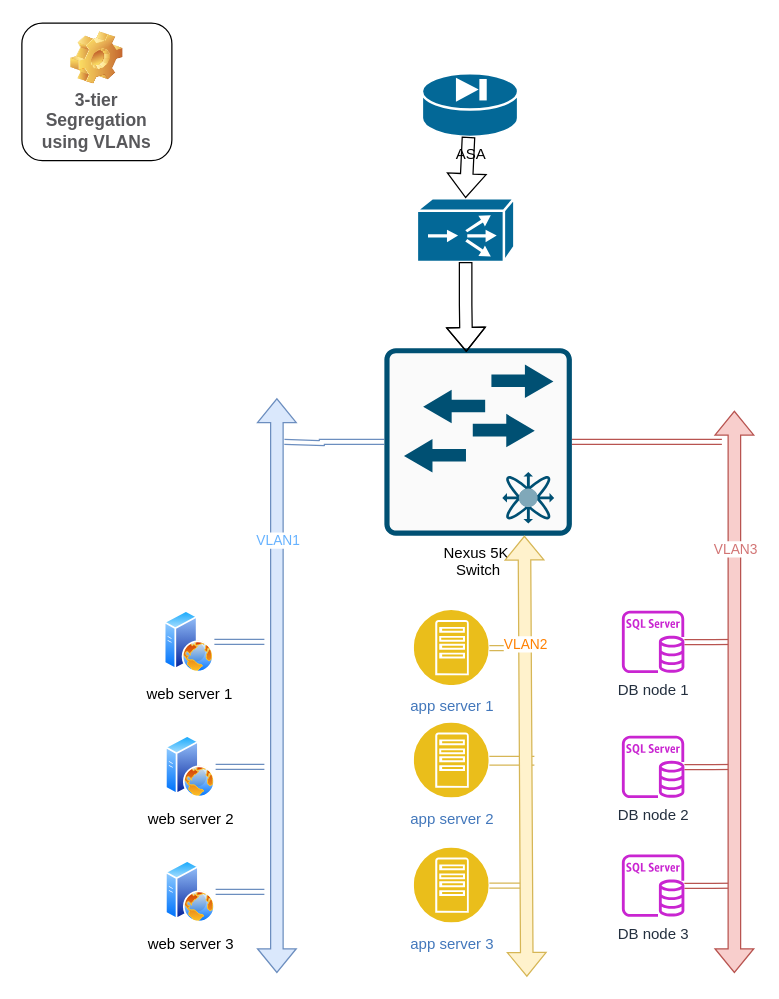
wbxsxu168/drawio keeps this draw.io diagram as VLAN-3tier.drawio. Above is the earlier version. Source tidied: cells renumbered, new cells numbered last; positions are measured from the earlier drawing's top-left corner, leaving out a move shared by most shapes. Both pictures are drawn from the tidied source at 125%, with x=0, y=0 at pixel (21, 22).
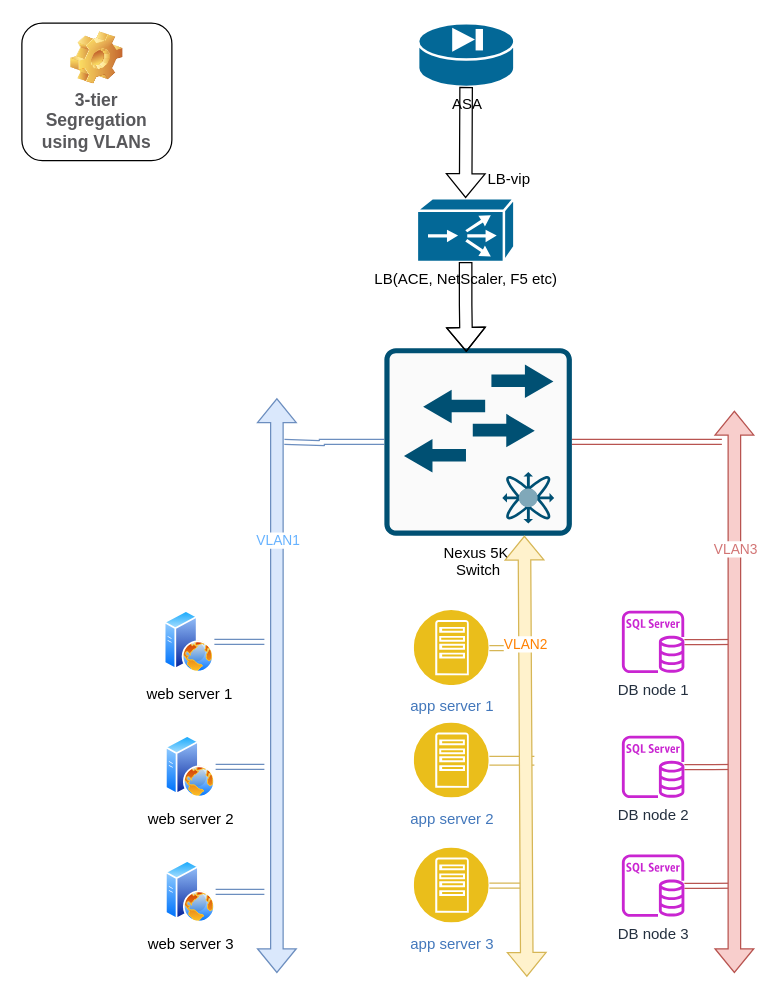
The same page after the edit.

What changed in the source:
```diff
@@
     <mxCell id="2" value="ASA&lt;div&gt;&lt;br&gt;&lt;/div&gt;" style="shape=mxgraph.cisco.security.pix_firewall;sketch=0;html=1;dashed=0;fillColor=#036897;strokeColor=#ffffff;strokeWidth=2;verticalLabelPosition=bottom;verticalAlign=top;align=center;outlineConnect=0;" parent="1" vertex="1">
-      <mxGeometry x="320" y="40" width="77" height="51" as="geometry" />
+      <mxGeometry x="317" width="77" height="51" as="geometry" />
     </mxCell>
-    <mxCell id="3" style="shape=mxgraph.cisco.directors.localdirector;sketch=0;html=1;dashed=0;fillColor=#036897;strokeColor=#ffffff;strokeWidth=2;verticalLabelPosition=bottom;verticalAlign=top;align=center;outlineConnect=0;" parent="1" vertex="1">
+    <mxCell id="3" value="LB(ACE, NetScaler, F5 etc)" style="shape=mxgraph.cisco.directors.localdirector;sketch=0;html=1;dashed=0;fillColor=#036897;strokeColor=#ffffff;strokeWidth=2;verticalLabelPosition=bottom;verticalAlign=top;align=center;outlineConnect=0;" parent="1" vertex="1">
       <mxGeometry x="316" y="140" width="78" height="51" as="geometry" />
     </mxCell>
@@
+    <mxCell id="34" value="LB-vip" style="text;html=1;align=center;verticalAlign=middle;whiteSpace=wrap;rounded=0;" parent="1" vertex="1">
+      <mxGeometry x="360" y="110" width="60" height="30" as="geometry" />
+    </mxCell>
```
